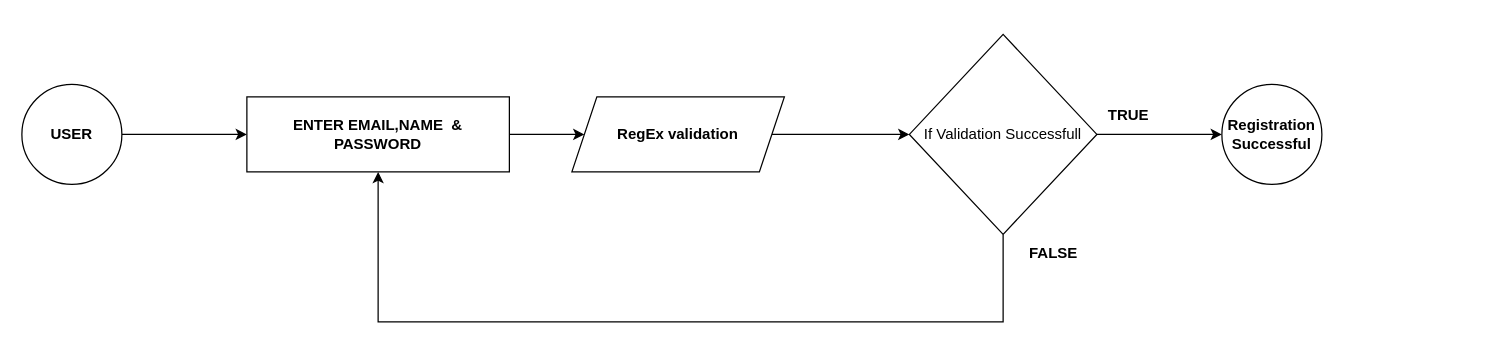
Above: Login.drawio in Nick12Thomas/Backend (draw.io), before the change. Source tidied: cells renumbered, new cells numbered last; positions are measured from the earlier drawing's top-left corner, leaving out a move shared by most shapes. Both pictures are drawn from the tidied source at 125%, with x=0, y=0 at pixel (21, 34).
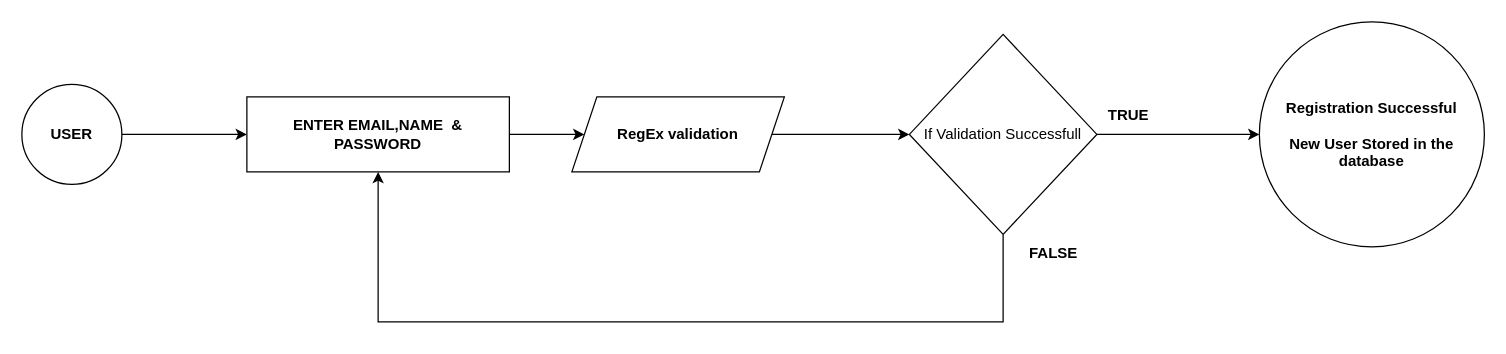
Above is the later version.

What changed in the source:
```diff
@@
 <mxGraphModel>
   <root>
     <mxCell id="0" />
     <mxCell id="1" parent="0" />
     <mxCell id="2" style="edgeStyle=orthogonalEdgeStyle;rounded=0;jettySize=auto;html=1;" parent="1" edge="1" source="3" target="5">
       <mxGeometry relative="1" as="geometry" />
     </mxCell>
     <mxCell id="3" value="&lt;b&gt;USER&lt;/b&gt;" style="ellipse;whiteSpace=wrap;html=1;" parent="1" vertex="1">
       <mxGeometry y="40" width="80" height="80" as="geometry" />
     </mxCell>
     <mxCell id="4" style="edgeStyle=orthogonalEdgeStyle;rounded=0;jettySize=auto;html=1;entryX=0;entryY=0.5;entryDx=0;entryDy=0;" parent="1" edge="1" source="5" target="7">
       <mxGeometry relative="1" as="geometry" />
     </mxCell>
     <mxCell id="5" value="&lt;b&gt;ENTER EMAIL,NAME&amp;nbsp; &amp;amp; PASSWORD&lt;/b&gt;" style="rounded=0;whiteSpace=wrap;html=1;" parent="1" vertex="1">
       <mxGeometry x="180" y="50" width="210" height="60" as="geometry" />
     </mxCell>
     <mxCell id="6" style="edgeStyle=orthogonalEdgeStyle;rounded=0;jettySize=auto;html=1;entryX=0;entryY=0.5;entryDx=0;entryDy=0;" parent="1" edge="1" source="7">
       <mxGeometry relative="1" as="geometry">
         <mxPoint x="710" y="80" as="targetPoint" />
       </mxGeometry>
     </mxCell>
     <mxCell id="7" value="&lt;b&gt;RegEx validation&lt;/b&gt;" style="shape=parallelogram;perimeter=parallelogramPerimeter;whiteSpace=wrap;html=1;fixedSize=1;" parent="1" vertex="1">
       <mxGeometry x="440" y="50" width="170" height="60" as="geometry" />
     </mxCell>
     <mxCell id="8" style="edgeStyle=orthogonalEdgeStyle;rounded=0;jettySize=auto;html=1;" parent="1" edge="1" source="10" target="11">
       <mxGeometry relative="1" as="geometry" />
     </mxCell>
     <mxCell id="9" style="edgeStyle=orthogonalEdgeStyle;rounded=0;jettySize=auto;html=1;entryX=0.5;entryY=1;entryDx=0;entryDy=0;exitX=0.5;exitY=1;exitDx=0;exitDy=0;" parent="1" edge="1" source="10" target="5">
       <mxGeometry relative="1" as="geometry">
         <Array as="points">
           <mxPoint x="785" y="230" />
           <mxPoint x="285" y="230" />
         </Array>
       </mxGeometry>
     </mxCell>
     <mxCell id="10" value="If Validation Successfull" style="rhombus;whiteSpace=wrap;html=1;" parent="1" vertex="1">
       <mxGeometry x="710" width="150" height="160" as="geometry" />
     </mxCell>
-    <mxCell id="11" value="&lt;b&gt;Registration Successful&lt;/b&gt;" style="ellipse;whiteSpace=wrap;html=1;" parent="1" vertex="1">
-      <mxGeometry x="960" y="40" width="80" height="80" as="geometry" />
+    <mxCell id="11" value="&lt;b&gt;Registration Successful&lt;br&gt;&lt;br&gt;New User Stored in the database&lt;br&gt;&lt;/b&gt;" style="ellipse;whiteSpace=wrap;html=1;" parent="1" vertex="1">
+      <mxGeometry x="990" y="-10" width="180" height="180" as="geometry" />
     </mxCell>
     <mxCell id="12" value="&lt;b&gt;TRUE&lt;/b&gt;" style="text;html=1;align=center;verticalAlign=middle;strokeColor=none;fillColor=none;" parent="1" vertex="1">
       <mxGeometry x="855" y="50" width="60" height="30" as="geometry" />
     </mxCell>
     <mxCell id="13" value="&lt;b&gt;FALSE&lt;/b&gt;" style="text;html=1;align=center;verticalAlign=middle;strokeColor=none;fillColor=none;" parent="1" vertex="1">
       <mxGeometry x="795" y="160" width="60" height="30" as="geometry" />
     </mxCell>
   </root>
 </mxGraphModel>
```
